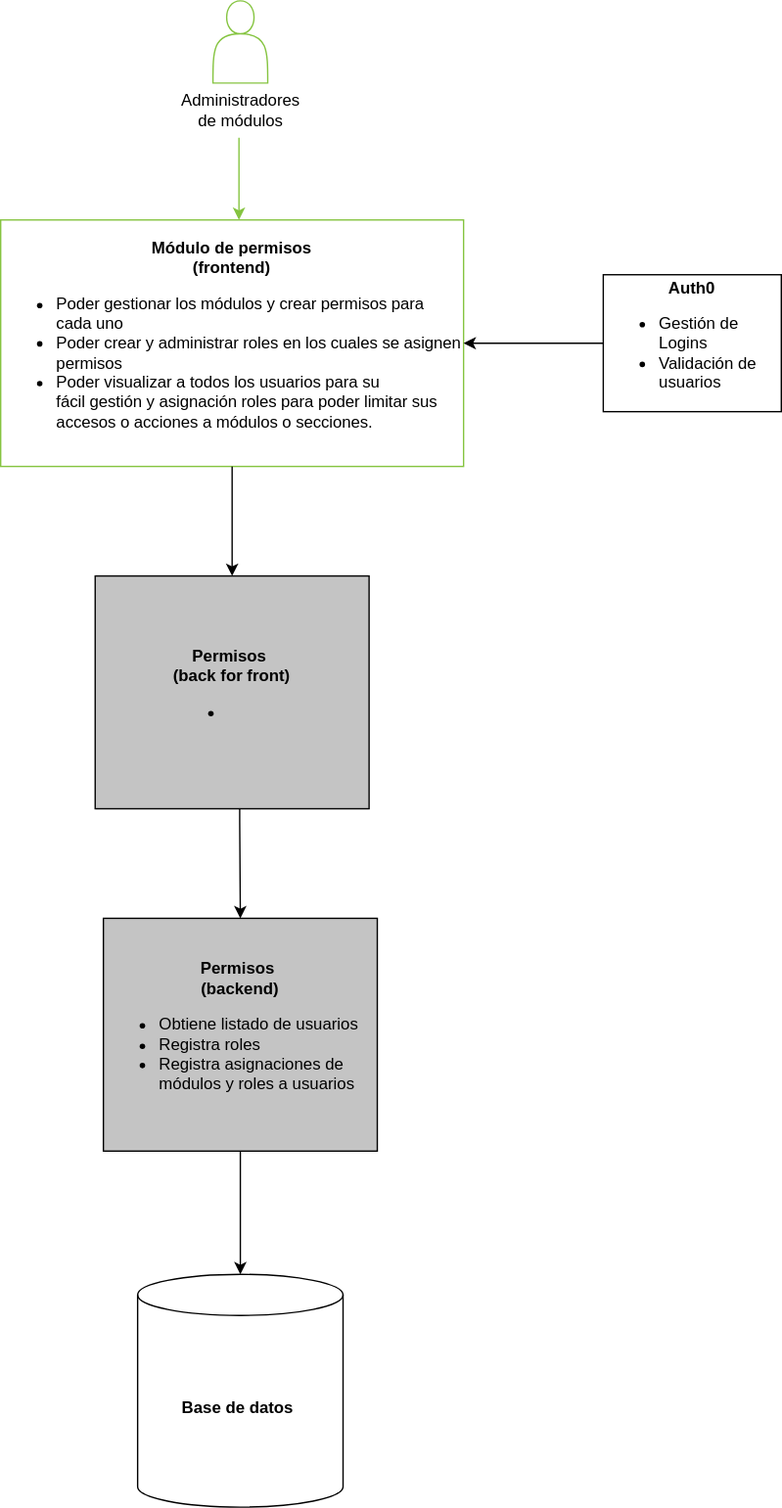
Earlier version of the draw.io export Diagrama C2 Módulo de permisos.svg (dani99m/Diagramas). Source tidied: cells renumbered, new cells last; positions are measured from the earlier drawing's top-left corner, leaving out a move shared by most shapes.
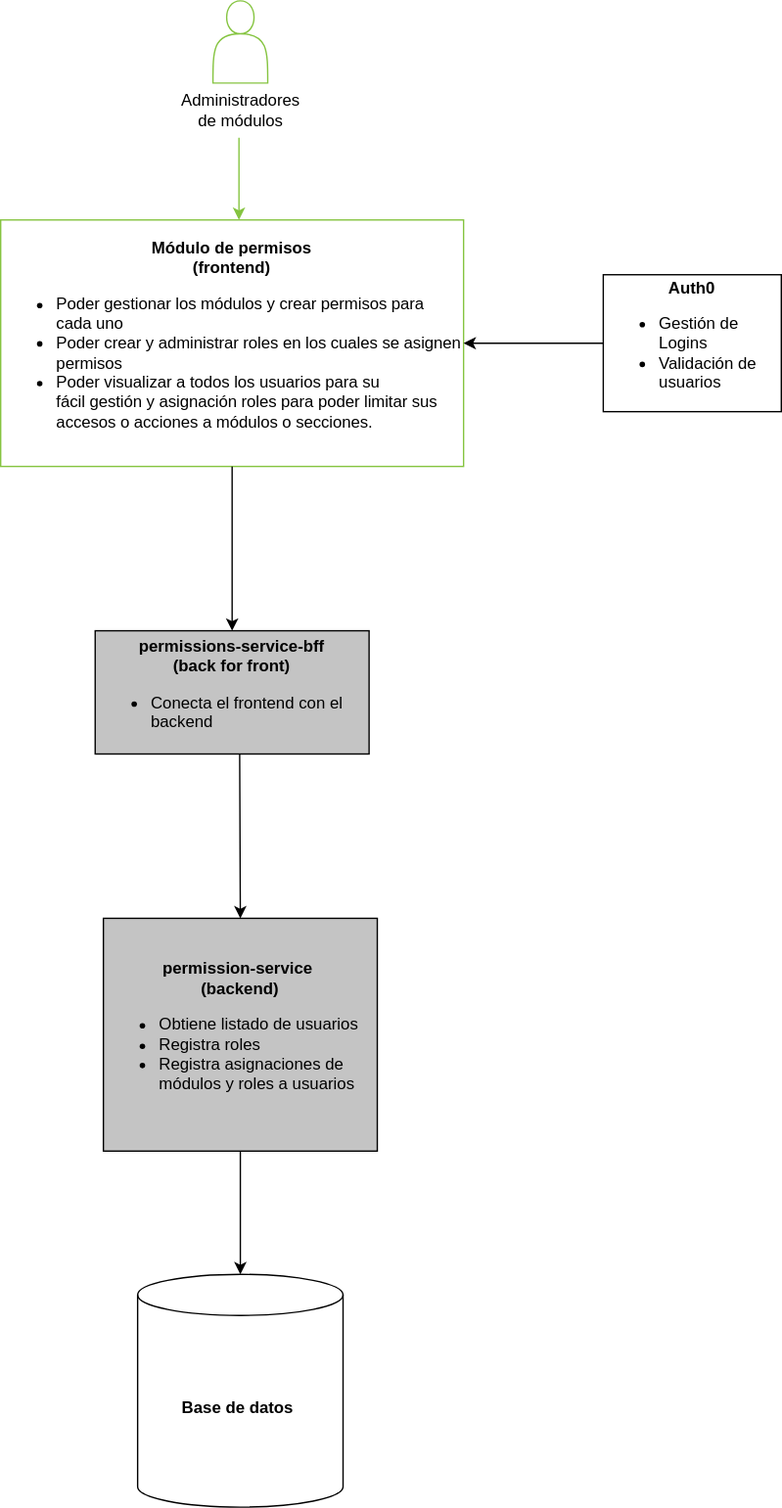
The same file after the commit.

The edit, as a diff of the source:
```diff
@@ -23,6 +23,10 @@
     <mxCell id="6" style="edgeStyle=orthogonalEdgeStyle;rounded=0;jettySize=auto;html=1;entryX=0.5;entryY=0;entryDx=0;entryDy=0;" parent="1" edge="1" target="12">
       <mxGeometry relative="1" as="geometry">
         <mxPoint x="174.5" y="530" as="sourcePoint" />
+        <Array as="points">
+          <mxPoint x="174" y="540" />
+          <mxPoint x="175" y="540" />
+        </Array>
       </mxGeometry>
     </mxCell>
     <mxCell id="7" style="edgeStyle=orthogonalEdgeStyle;rounded=0;jettySize=auto;html=1;entryX=1;entryY=0.5;entryDx=0;entryDy=0;strokeColor=#000000;" parent="1" edge="1" source="8" target="5">
@@ -34,13 +38,13 @@
     <mxCell id="9" style="endArrow=classic;html=1;rounded=0;entryX=0.5;entryY=0;entryDx=0;entryDy=0;exitX=0.5;exitY=1;exitDx=0;exitDy=0;" parent="1" edge="1" source="5" target="10">
       <mxGeometry relative="1" as="geometry" />
     </mxCell>
-    <mxCell id="10" value="&lt;b&gt;Permisos&amp;nbsp;&lt;br&gt;(back for front)&lt;/b&gt;&lt;br&gt;&lt;div style=&quot;text-align: left;&quot;&gt;&lt;ul&gt;&lt;li&gt;&lt;br&gt;&lt;/li&gt;&lt;/ul&gt;&lt;/div&gt;" style="rounded=0;whiteSpace=wrap;html=1;fillColor=#C4C4C4;" parent="1" vertex="1">
-      <mxGeometry x="69" y="420" width="200" height="170" as="geometry" />
+    <mxCell id="10" value="&lt;b&gt;permissions-service-bff&lt;br&gt;(back for front)&lt;/b&gt;&lt;br&gt;&lt;div style=&quot;text-align: left;&quot;&gt;&lt;ul&gt;&lt;li&gt;Conecta el frontend con el backend&lt;/li&gt;&lt;/ul&gt;&lt;/div&gt;" style="rounded=0;whiteSpace=wrap;html=1;fillColor=#C4C4C4;" parent="1" vertex="1">
+      <mxGeometry x="69" y="460" width="200" height="90" as="geometry" />
     </mxCell>
     <mxCell id="11" style="edgeStyle=orthogonalEdgeStyle;rounded=0;jettySize=auto;html=1;exitX=0.5;exitY=1;exitDx=0;exitDy=0;entryX=0.5;entryY=0;entryDx=0;entryDy=0;entryPerimeter=0;strokeColor=#000000;" parent="1" edge="1" source="12" target="13">
       <mxGeometry relative="1" as="geometry" />
     </mxCell>
-    <mxCell id="12" value="&lt;b&gt;Permisos&amp;nbsp;&lt;br&gt;(backend)&lt;/b&gt;&lt;br&gt;&lt;div style=&quot;text-align: left;&quot;&gt;&lt;ul&gt;&lt;li&gt;&lt;span style=&quot;background-color: initial;&quot;&gt;Obtiene listado de usuarios&lt;/span&gt;&lt;/li&gt;&lt;li&gt;Registra roles&lt;/li&gt;&lt;li&gt;Registra asignaciones de módulos y roles a usuarios&lt;/li&gt;&lt;/ul&gt;&lt;/div&gt;" style="rounded=0;whiteSpace=wrap;html=1;fillColor=#C4C4C4;" parent="1" vertex="1">
+    <mxCell id="12" value="&lt;b&gt;permission-service&amp;nbsp;&lt;br&gt;(backend)&lt;/b&gt;&lt;br&gt;&lt;div style=&quot;text-align: left;&quot;&gt;&lt;ul&gt;&lt;li&gt;&lt;span style=&quot;background-color: initial;&quot;&gt;Obtiene listado de usuarios&lt;/span&gt;&lt;/li&gt;&lt;li&gt;Registra roles&lt;/li&gt;&lt;li&gt;Registra asignaciones de módulos y roles a usuarios&lt;/li&gt;&lt;/ul&gt;&lt;/div&gt;" style="rounded=0;whiteSpace=wrap;html=1;fillColor=#C4C4C4;" parent="1" vertex="1">
       <mxGeometry x="75" y="670" width="200" height="170" as="geometry" />
     </mxCell>
     <mxCell id="13" value="&lt;b&gt;Base de datos&amp;nbsp;&lt;/b&gt;" style="shape=cylinder3;whiteSpace=wrap;html=1;boundedLbl=1;backgroundOutline=1;size=15;" parent="1" vertex="1">
```
